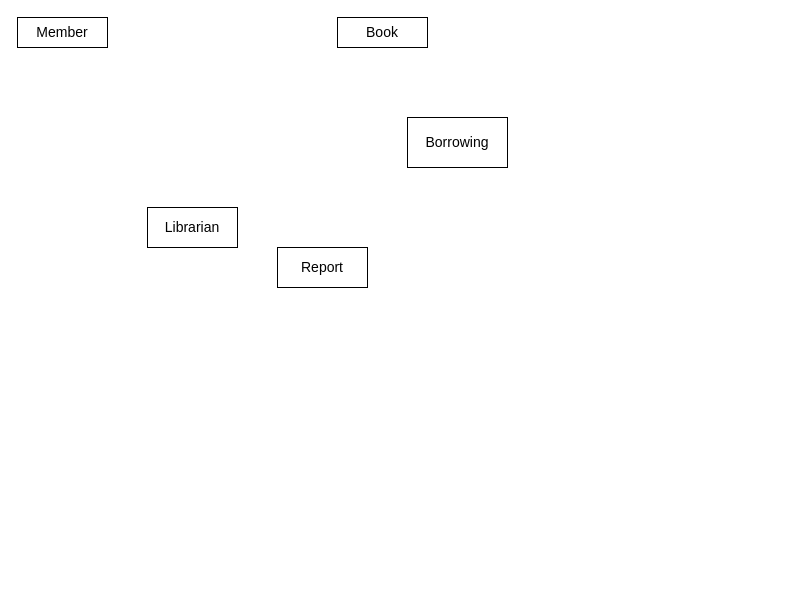
Earlier version of the draw.io diagram Untitled Diagram.drawio (Dinuvi9170/NSBM-Green-University). Source tidied: cells renumbered, new cells numbered last; positions are measured from the earlier drawing's top-left corner, leaving out a move shared by most shapes. Both pictures are drawn from the tidied source at 100%, with x=0, y=0 at pixel (17, 17).
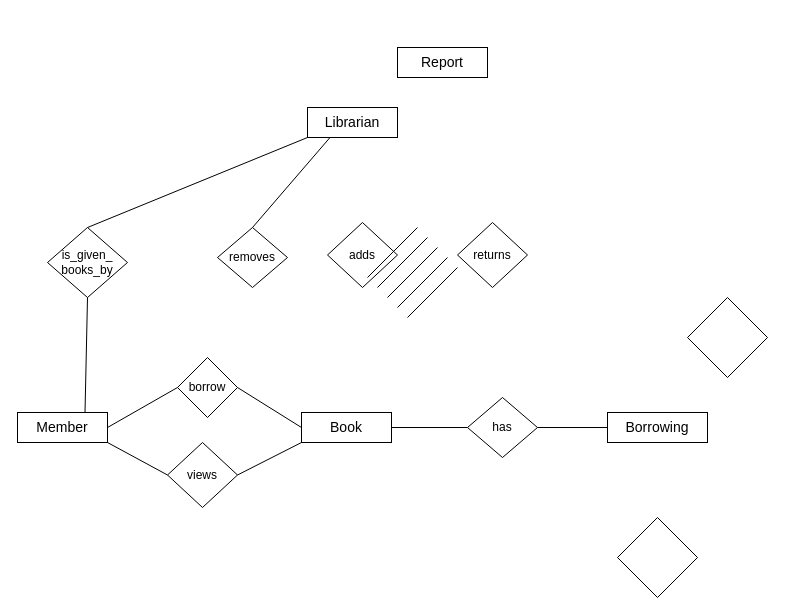
The same page after the edit.

What changed in the source:
```diff
@@
     <mxCell id="2" value="&lt;font style=&quot;font-size: 14px;&quot;&gt;Member&lt;/font&gt;" style="rounded=0;whiteSpace=wrap;html=1;" parent="1" vertex="1">
-      <mxGeometry width="90" height="30" as="geometry" />
+      <mxGeometry y="395" width="90" height="30" as="geometry" />
     </mxCell>
     <mxCell id="3" value="&lt;font style=&quot;font-size: 14px;&quot;&gt;Report&lt;/font&gt;" style="rounded=0;whiteSpace=wrap;html=1;" parent="1" vertex="1">
-      <mxGeometry x="260" y="230" width="90" height="40" as="geometry" />
+      <mxGeometry x="380" y="30" width="90" height="30" as="geometry" />
     </mxCell>
     <mxCell id="4" value="&lt;font style=&quot;font-size: 14px;&quot;&gt;Borrowing&lt;/font&gt;" style="rounded=0;whiteSpace=wrap;html=1;" parent="1" vertex="1">
-      <mxGeometry x="390" y="100" width="100" height="50" as="geometry" />
+      <mxGeometry x="590" y="395" width="100" height="30" as="geometry" />
     </mxCell>
     <mxCell id="5" value="&lt;font style=&quot;font-size: 14px;&quot;&gt;Book&lt;/font&gt;" style="rounded=0;whiteSpace=wrap;html=1;" parent="1" vertex="1">
-      <mxGeometry x="320" width="90" height="30" as="geometry" />
+      <mxGeometry x="284" y="395" width="90" height="30" as="geometry" />
     </mxCell>
     <mxCell id="6" value="&lt;font style=&quot;font-size: 14px;&quot;&gt;Librarian&lt;/font&gt;" style="rounded=0;whiteSpace=wrap;html=1;" parent="1" vertex="1">
-      <mxGeometry x="130" y="190" width="90" height="40" as="geometry" />
+      <mxGeometry x="290" y="90" width="90" height="30" as="geometry" />
     </mxCell>
+    <mxCell id="7" value="views" style="rhombus;whiteSpace=wrap;html=1;" parent="1" vertex="1">
+      <mxGeometry x="150" y="425" width="70" height="65" as="geometry" />
+    </mxCell>
+    <mxCell id="8" value="has" style="rhombus;whiteSpace=wrap;html=1;" parent="1" vertex="1">
+      <mxGeometry x="450" y="380" width="70" height="60" as="geometry" />
+    </mxCell>
+    <mxCell id="9" value="removes" style="rhombus;whiteSpace=wrap;html=1;" parent="1" vertex="1">
+      <mxGeometry x="200" y="210" width="70" height="60" as="geometry" />
+    </mxCell>
+    <mxCell id="10" value="returns" style="rhombus;whiteSpace=wrap;html=1;" parent="1" vertex="1">
+      <mxGeometry x="440" y="205" width="70" height="65" as="geometry" />
+    </mxCell>
+    <mxCell id="11" value="adds" style="rhombus;whiteSpace=wrap;html=1;" parent="1" vertex="1">
+      <mxGeometry x="310" y="205" width="70" height="65" as="geometry" />
+    </mxCell>
+    <mxCell id="12" style="rhombus;whiteSpace=wrap;html=1;" parent="1" vertex="1">
+      <mxGeometry x="600" y="500" width="80" height="80" as="geometry" />
+    </mxCell>
+    <mxCell id="13" value="is_given_&lt;br&gt;books_by" style="rhombus;whiteSpace=wrap;html=1;" parent="1" vertex="1">
+      <mxGeometry x="30" y="210" width="80" height="70" as="geometry" />
+    </mxCell>
+    <mxCell id="14" value="borrow" style="rhombus;whiteSpace=wrap;html=1;" parent="1" vertex="1">
+      <mxGeometry x="160" y="340" width="60" height="60" as="geometry" />
+    </mxCell>
+    <mxCell id="15" style="rhombus;whiteSpace=wrap;html=1;" parent="1" vertex="1">
+      <mxGeometry x="670" y="280" width="80" height="80" as="geometry" />
+    </mxCell>
+    <mxCell id="16" style="endArrow=none;html=1;rounded=0;exitX=1;exitY=0.5;exitDx=0;exitDy=0;entryX=0;entryY=0.5;entryDx=0;entryDy=0;" parent="1" edge="1" source="5" target="8">
+      <mxGeometry relative="1" as="geometry" />
+    </mxCell>
+    <mxCell id="17" style="endArrow=none;html=1;rounded=0;exitX=1;exitY=0.5;exitDx=0;exitDy=0;entryX=0;entryY=0.5;entryDx=0;entryDy=0;" parent="1" edge="1" source="2" target="14">
+      <mxGeometry relative="1" as="geometry" />
+    </mxCell>
+    <mxCell id="18" style="endArrow=none;html=1;rounded=0;exitX=1;exitY=0.5;exitDx=0;exitDy=0;entryX=0;entryY=0.5;entryDx=0;entryDy=0;" parent="1" edge="1" source="8" target="4">
+      <mxGeometry relative="1" as="geometry" />
+    </mxCell>
+    <mxCell id="19" style="endArrow=none;html=1;rounded=0;exitX=1;exitY=0.5;exitDx=0;exitDy=0;entryX=0;entryY=0.5;entryDx=0;entryDy=0;" parent="1" edge="1" source="14" target="5">
+      <mxGeometry relative="1" as="geometry" />
+    </mxCell>
+    <mxCell id="20" style="endArrow=none;html=1;rounded=0;exitX=1;exitY=0.5;exitDx=0;exitDy=0;entryX=0;entryY=1;entryDx=0;entryDy=0;" parent="1" edge="1" source="7" target="5">
+      <mxGeometry relative="1" as="geometry" />
+    </mxCell>
+    <mxCell id="21" style="endArrow=none;html=1;rounded=0;exitX=1;exitY=1;exitDx=0;exitDy=0;entryX=0;entryY=0.5;entryDx=0;entryDy=0;" parent="1" edge="1" source="2" target="7">
+      <mxGeometry relative="1" as="geometry" />
+    </mxCell>
+    <mxCell id="22" style="endArrow=none;html=1;rounded=0;exitX=0.75;exitY=0;exitDx=0;exitDy=0;entryX=0.5;entryY=1;entryDx=0;entryDy=0;" parent="1" edge="1" source="2" target="13">
+      <mxGeometry relative="1" as="geometry" />
+    </mxCell>
+    <mxCell id="23" style="endArrow=none;html=1;rounded=0;exitX=0.5;exitY=0;exitDx=0;exitDy=0;entryX=0;entryY=1;entryDx=0;entryDy=0;" parent="1" edge="1" source="13" target="6">
+      <mxGeometry relative="1" as="geometry" />
+    </mxCell>
+    <mxCell id="24" style="endArrow=none;html=1;rounded=0;" parent="1" edge="1">
+      <mxGeometry relative="1" as="geometry">
+        <mxPoint x="350" y="260" as="sourcePoint" />
+        <mxPoint x="400" y="210" as="targetPoint" />
+      </mxGeometry>
+    </mxCell>
+    <mxCell id="25" style="endArrow=none;html=1;rounded=0;" parent="1" edge="1">
+      <mxGeometry relative="1" as="geometry">
+        <mxPoint x="360" y="270" as="sourcePoint" />
+        <mxPoint x="410" y="220" as="targetPoint" />
+      </mxGeometry>
+    </mxCell>
+    <mxCell id="26" style="endArrow=none;html=1;rounded=0;" parent="1" edge="1">
+      <mxGeometry relative="1" as="geometry">
+        <mxPoint x="370" y="280" as="sourcePoint" />
+        <mxPoint x="420" y="230" as="targetPoint" />
+      </mxGeometry>
+    </mxCell>
+    <mxCell id="27" style="endArrow=none;html=1;rounded=0;" parent="1" edge="1">
+      <mxGeometry relative="1" as="geometry">
+        <mxPoint x="380" y="290" as="sourcePoint" />
+        <mxPoint x="430" y="240" as="targetPoint" />
+      </mxGeometry>
+    </mxCell>
+    <mxCell id="28" style="endArrow=none;html=1;rounded=0;" parent="1" edge="1">
+      <mxGeometry relative="1" as="geometry">
+        <mxPoint x="390" y="300" as="sourcePoint" />
+        <mxPoint x="440" y="250" as="targetPoint" />
+      </mxGeometry>
+    </mxCell>
+    <mxCell id="29" style="endArrow=none;html=1;rounded=0;exitX=0.5;exitY=0;exitDx=0;exitDy=0;entryX=0.25;entryY=1;entryDx=0;entryDy=0;" parent="1" edge="1" source="9" target="6">
+      <mxGeometry relative="1" as="geometry" />
+    </mxCell>
```
